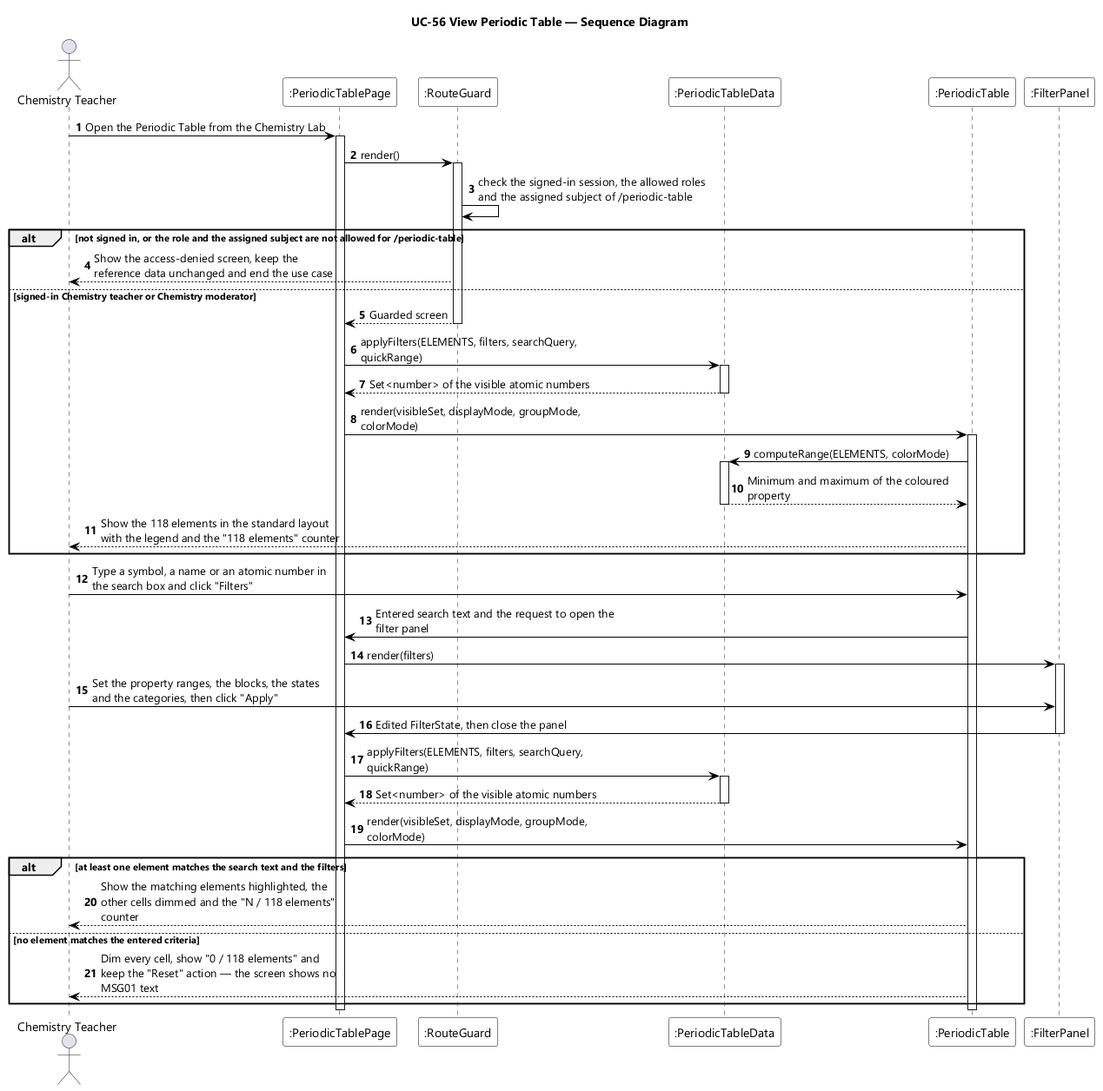
EduA-system/EduA-system keeps this PlantUML diagram as designs/sds-diagrams/uc56/uc56-sequence-diagram.png. Above is the earlier version. Its diagram source:
```plantuml
@startuml UC-56 View Periodic Table - Sequence Diagram
skinparamlocked dpi 96
skinparam defaultFontName "Segoe UI"
skinparam shadowing false
skinparam ParticipantBackgroundColor #FFFFFF
skinparam ParticipantBorderColor #000000
skinparam ArrowColor #000000
skinparam sequenceMessageAlign left
skinparam maxMessageSize 280
title UC-56 View Periodic Table — Sequence Diagram

actor "Chemistry Teacher" as Teacher
participant ":PeriodicTablePage" as PAGE
participant ":RouteGuard" as GUARD
participant ":PeriodicTableData" as DATA
participant ":PeriodicTable" as GRID
participant ":FilterPanel" as FILTER

autonumber
Teacher -> PAGE : Open the Periodic Table from the Chemistry Lab
activate PAGE
PAGE -> GUARD : render()
activate GUARD
GUARD -> GUARD : check the signed-in session, the allowed roles and the assigned subject of /periodic-table

alt not signed in, or the role and the assigned subject are not allowed for /periodic-table
  GUARD --> Teacher : Show the access-denied screen, keep the reference data unchanged and end the use case
else signed-in Chemistry teacher or Chemistry moderator
  GUARD --> PAGE : Guarded screen
  deactivate GUARD
  PAGE -> DATA : applyFilters(ELEMENTS, filters, searchQuery, quickRange)
  activate DATA
  DATA --> PAGE : Set<number> of the visible atomic numbers
  deactivate DATA
  PAGE -> GRID : render(visibleSet, displayMode, groupMode, colorMode)
  activate GRID
  GRID -> DATA : computeRange(ELEMENTS, colorMode)
  activate DATA
  DATA --> GRID : Minimum and maximum of the coloured property
  deactivate DATA
  GRID --> Teacher : Show the 118 elements in the standard layout with the legend and the "118 elements" counter
end

Teacher -> GRID : Type a symbol, a name or an atomic number in the search box and click "Filters"
GRID -> PAGE : Entered search text and the request to open the filter panel
PAGE -> FILTER : render(filters)
activate FILTER
Teacher -> FILTER : Set the property ranges, the blocks, the states and the categories, then click "Apply"
FILTER -> PAGE : Edited FilterState, then close the panel
deactivate FILTER
PAGE -> DATA : applyFilters(ELEMENTS, filters, searchQuery, quickRange)
activate DATA
DATA --> PAGE : Set<number> of the visible atomic numbers
deactivate DATA
PAGE -> GRID : render(visibleSet, displayMode, groupMode, colorMode)

alt at least one element matches the search text and the filters
  GRID --> Teacher : Show the matching elements highlighted, the other cells dimmed and the "N / 118 elements" counter
else no element matches the entered criteria
  GRID --> Teacher : Dim every cell, show "0 / 118 elements" and keep the "Reset" action — the screen shows no MSG01 text
end
deactivate GRID
deactivate PAGE
@enduml
```
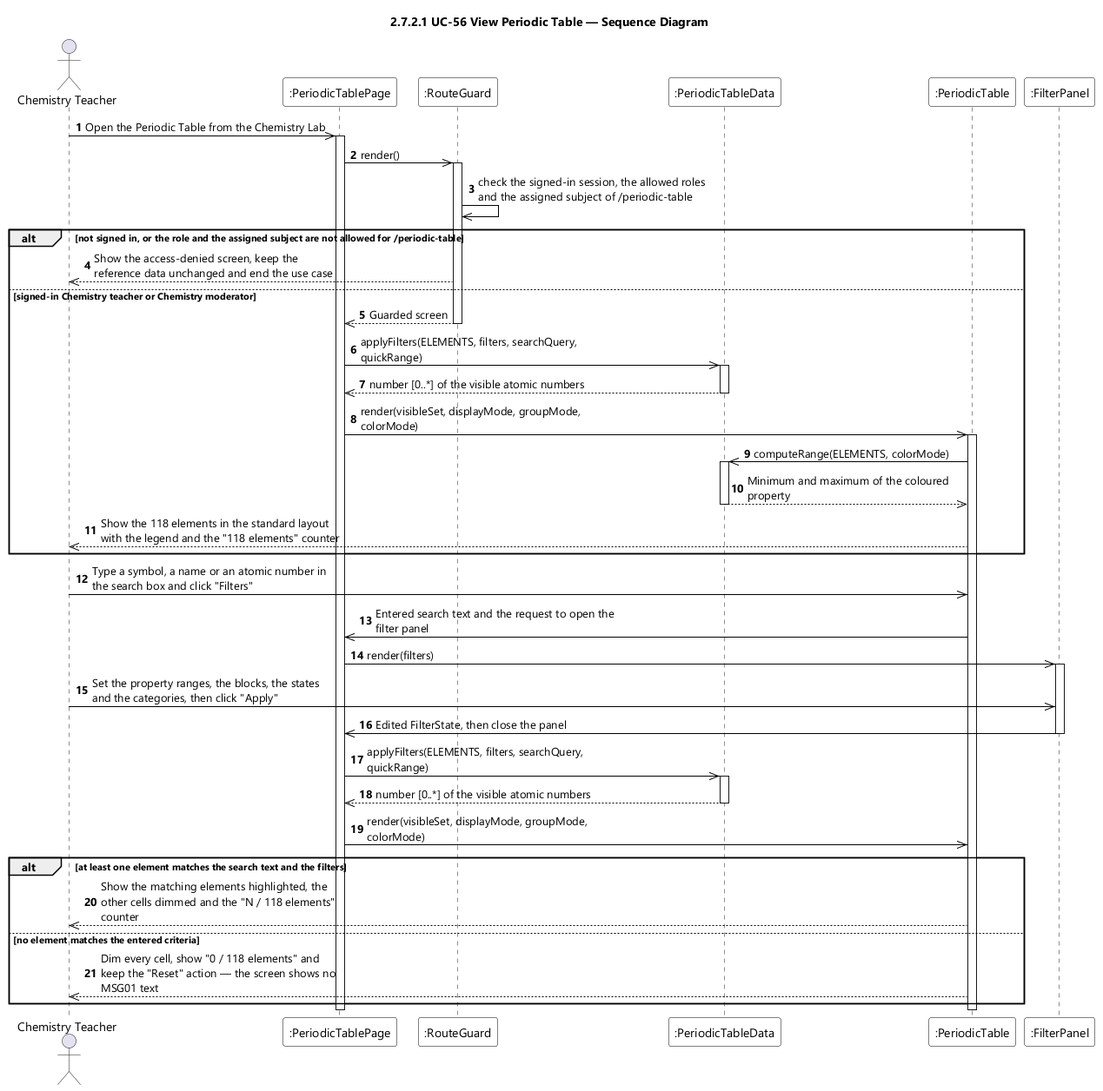
Later version of the same file.

Diff of the diagram source:
```diff
@@ -7,7 +7,7 @@
 skinparam ArrowColor #000000
 skinparam sequenceMessageAlign left
 skinparam maxMessageSize 280
-title UC-56 View Periodic Table — Sequence Diagram
+title 2.7.2.1 UC-56 View Periodic Table — Sequence Diagram
 
 actor "Chemistry Teacher" as Teacher
 participant ":PeriodicTablePage" as PAGE
@@ -17,47 +17,47 @@
 participant ":FilterPanel" as FILTER
 
 autonumber
-Teacher -> PAGE : Open the Periodic Table from the Chemistry Lab
+Teacher ->> PAGE : Open the Periodic Table from the Chemistry Lab
 activate PAGE
-PAGE -> GUARD : render()
+PAGE ->> GUARD : render()
 activate GUARD
-GUARD -> GUARD : check the signed-in session, the allowed roles and the assigned subject of /periodic-table
+GUARD ->> GUARD : check the signed-in session, the allowed roles and the assigned subject of /periodic-table
 
 alt not signed in, or the role and the assigned subject are not allowed for /periodic-table
-  GUARD --> Teacher : Show the access-denied screen, keep the reference data unchanged and end the use case
+  GUARD -->> Teacher : Show the access-denied screen, keep the reference data unchanged and end the use case
 else signed-in Chemistry teacher or Chemistry moderator
-  GUARD --> PAGE : Guarded screen
+  GUARD -->> PAGE : Guarded screen
   deactivate GUARD
-  PAGE -> DATA : applyFilters(ELEMENTS, filters, searchQuery, quickRange)
+  PAGE ->> DATA : applyFilters(ELEMENTS, filters, searchQuery, quickRange)
   activate DATA
-  DATA --> PAGE : Set<number> of the visible atomic numbers
+  DATA -->> PAGE : number [0..*] of the visible atomic numbers
   deactivate DATA
-  PAGE -> GRID : render(visibleSet, displayMode, groupMode, colorMode)
+  PAGE ->> GRID : render(visibleSet, displayMode, groupMode, colorMode)
   activate GRID
-  GRID -> DATA : computeRange(ELEMENTS, colorMode)
+  GRID ->> DATA : computeRange(ELEMENTS, colorMode)
   activate DATA
-  DATA --> GRID : Minimum and maximum of the coloured property
+  DATA -->> GRID : Minimum and maximum of the coloured property
   deactivate DATA
-  GRID --> Teacher : Show the 118 elements in the standard layout with the legend and the "118 elements" counter
+  GRID -->> Teacher : Show the 118 elements in the standard layout with the legend and the "118 elements" counter
 end
 
-Teacher -> GRID : Type a symbol, a name or an atomic number in the search box and click "Filters"
-GRID -> PAGE : Entered search text and the request to open the filter panel
-PAGE -> FILTER : render(filters)
+Teacher ->> GRID : Type a symbol, a name or an atomic number in the search box and click "Filters"
+GRID ->> PAGE : Entered search text and the request to open the filter panel
+PAGE ->> FILTER : render(filters)
 activate FILTER
-Teacher -> FILTER : Set the property ranges, the blocks, the states and the categories, then click "Apply"
-FILTER -> PAGE : Edited FilterState, then close the panel
+Teacher ->> FILTER : Set the property ranges, the blocks, the states and the categories, then click "Apply"
+FILTER ->> PAGE : Edited FilterState, then close the panel
 deactivate FILTER
-PAGE -> DATA : applyFilters(ELEMENTS, filters, searchQuery, quickRange)
+PAGE ->> DATA : applyFilters(ELEMENTS, filters, searchQuery, quickRange)
 activate DATA
-DATA --> PAGE : Set<number> of the visible atomic numbers
+DATA -->> PAGE : number [0..*] of the visible atomic numbers
 deactivate DATA
-PAGE -> GRID : render(visibleSet, displayMode, groupMode, colorMode)
+PAGE ->> GRID : render(visibleSet, displayMode, groupMode, colorMode)
 
 alt at least one element matches the search text and the filters
-  GRID --> Teacher : Show the matching elements highlighted, the other cells dimmed and the "N / 118 elements" counter
+  GRID -->> Teacher : Show the matching elements highlighted, the other cells dimmed and the "N / 118 elements" counter
 else no element matches the entered criteria
-  GRID --> Teacher : Dim every cell, show "0 / 118 elements" and keep the "Reset" action — the screen shows no MSG01 text
+  GRID -->> Teacher : Dim every cell, show "0 / 118 elements" and keep the "Reset" action — the screen shows no MSG01 text
 end
 deactivate GRID
 deactivate PAGE
```
